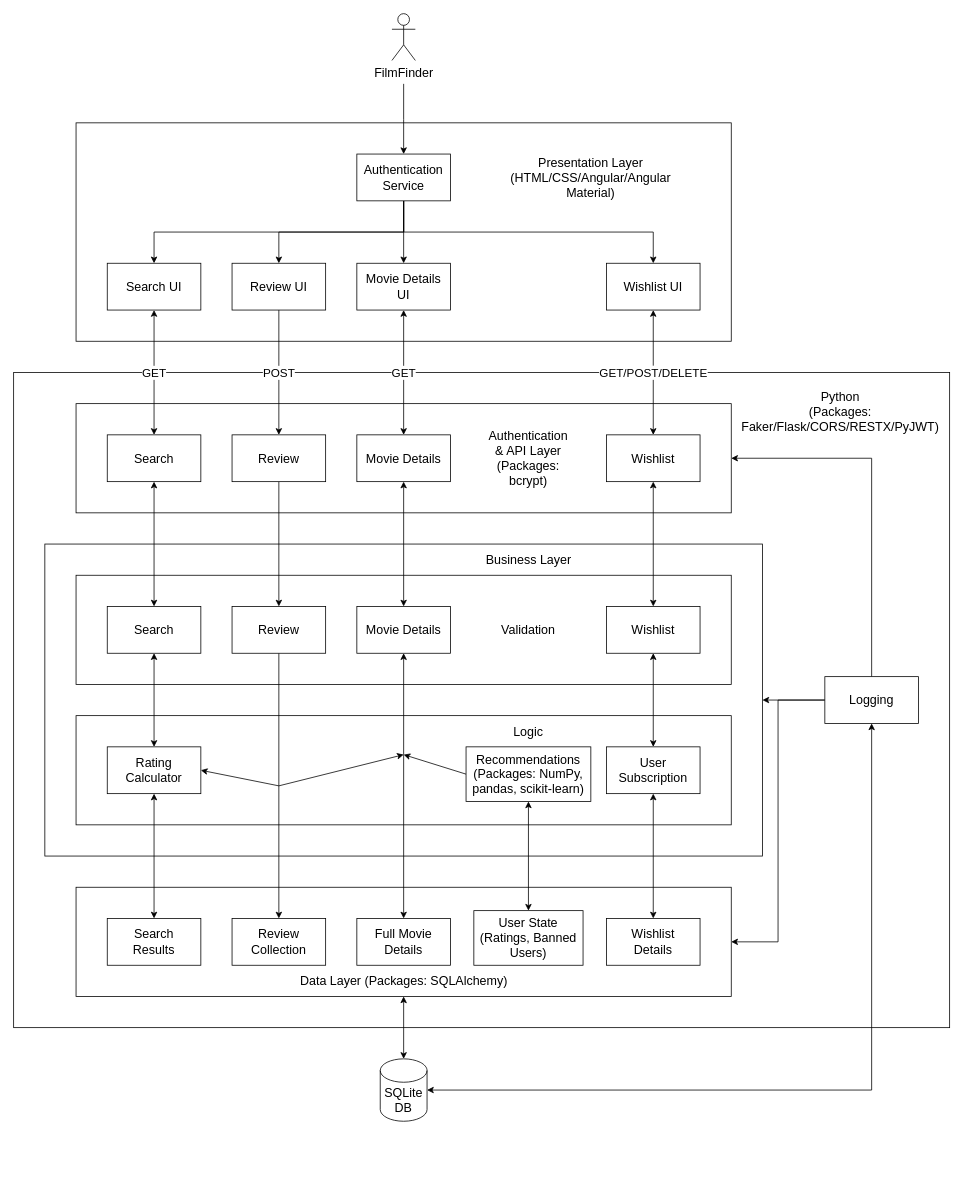
The draw.io diagram page "New" (3 of 3) of project diagrams/software_architecture.drawio in unsw-cse-capstone-project/capstone-project-comp9900-h16a-tahelka, before the edit. Source tidied: cells renumbered, new cells numbered last; positions are measured from the earlier drawing's top-left corner, leaving out a move shared by most shapes. Both pictures are drawn from the tidied source at 78%, with x=0, y=0 at pixel (13, 13).
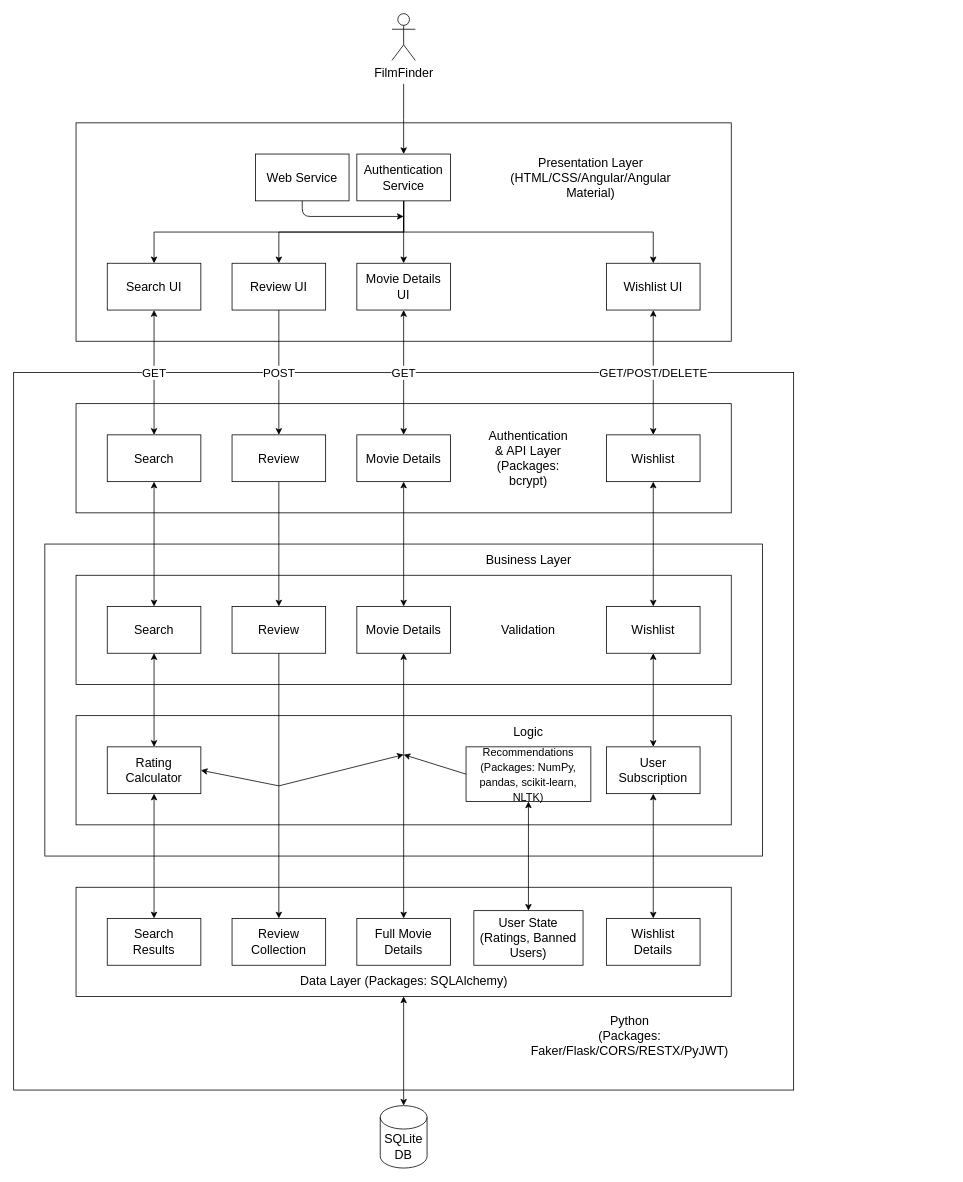
After the change.

The change refers to these unchanged cells:
```xml
<mxCell id="13" style="rounded=0;whiteSpace=wrap;html=1;" parent="1" vertex="1">
  <mxGeometry x="80" y="500" width="840" height="140" as="geometry" />
</mxCell>
<mxCell id="15" style="rounded=0;whiteSpace=wrap;html=1;" parent="1" vertex="1">
  <mxGeometry x="40" y="680" width="920" height="400" as="geometry" />
</mxCell>
<mxCell id="31" style="rounded=0;whiteSpace=wrap;html=1;" parent="1" vertex="1">
  <mxGeometry x="80" y="1120" width="840" height="140" as="geometry" />
</mxCell>
```

Change to the diagram source:
```diff
@@
     <mxCell id="12" style="rounded=0;whiteSpace=wrap;html=1;" parent="1" vertex="1">
-      <mxGeometry y="460" width="1200" height="840" as="geometry" />
+      <mxGeometry y="460" width="1000" height="920" as="geometry" />
     </mxCell>
@@
     <mxCell id="16" value="SQLite&lt;br style=&quot;font-size: 16px;&quot;&gt;DB" style="shape=cylinder3;whiteSpace=wrap;html=1;boundedLbl=1;backgroundOutline=1;size=15;fontSize=16;" parent="1" vertex="1">
-      <mxGeometry x="470" y="1340" width="60" height="80" as="geometry" />
+      <mxGeometry x="470" y="1400" width="60" height="80" as="geometry" />
     </mxCell>
@@
-    <mxCell id="28" value="Recommendations&lt;br style=&quot;font-size: 16px;&quot;&gt;(Packages: NumPy, pandas, scikit-learn)" style="rounded=0;whiteSpace=wrap;html=1;fontSize=16;" parent="1" vertex="1">
+    <mxCell id="28" value="&lt;font style=&quot;font-size: 14px&quot;&gt;Recommendations&lt;br&gt;(Packages: NumPy, pandas, scikit-learn, NLTK)&lt;/font&gt;" style="rounded=0;whiteSpace=wrap;html=1;fontSize=16;" parent="1" vertex="1">
       <mxGeometry x="580" y="940" width="160" height="70" as="geometry" />
     </mxCell>
@@
-    <mxCell id="30" style="edgeStyle=orthogonalEdgeStyle;rounded=0;jettySize=auto;html=1;entryX=0;entryY=0.5;entryDx=0;entryDy=0;startArrow=classic;startFill=1;endArrow=none;endFill=0;exitX=1;exitY=0.5;exitDx=0;exitDy=0;" parent="1" edge="1" source="31" target="40">
-      <mxGeometry relative="1" as="geometry" />
-    </mxCell>
@@
     <mxCell id="36" value="Python&lt;br style=&quot;font-size: 16px;&quot;&gt;(Packages: Faker/Flask/CORS/RESTX/PyJWT)" style="text;html=1;strokeColor=none;fillColor=none;align=center;verticalAlign=middle;whiteSpace=wrap;rounded=0;fontSize=16;" parent="1" vertex="1">
-      <mxGeometry x="1040" y="500" width="40" height="20" as="geometry" />
+      <mxGeometry x="770" y="1300" width="40" height="20" as="geometry" />
     </mxCell>
-    <mxCell id="37" style="edgeStyle=orthogonalEdgeStyle;rounded=0;jettySize=auto;html=1;startArrow=classic;startFill=1;endArrow=classic;endFill=1;entryX=1;entryY=0.5;entryDx=0;entryDy=0;entryPerimeter=0;exitX=0.5;exitY=1;exitDx=0;exitDy=0;" parent="1" edge="1" source="40" target="16">
-      <mxGeometry relative="1" as="geometry" />
-    </mxCell>
-    <mxCell id="38" style="edgeStyle=orthogonalEdgeStyle;rounded=0;jettySize=auto;html=1;startArrow=none;startFill=0;endArrow=classic;endFill=1;entryX=1;entryY=0.5;entryDx=0;entryDy=0;" parent="1" edge="1" source="40" target="15">
-      <mxGeometry relative="1" as="geometry" />
-    </mxCell>
-    <mxCell id="39" style="edgeStyle=orthogonalEdgeStyle;rounded=0;jettySize=auto;html=1;startArrow=none;startFill=0;endArrow=classic;endFill=1;entryX=1;entryY=0.5;entryDx=0;entryDy=0;exitX=0.5;exitY=0;exitDx=0;exitDy=0;" parent="1" edge="1" source="40" target="13">
-      <mxGeometry relative="1" as="geometry" />
-    </mxCell>
-    <mxCell id="40" value="Logging" style="rounded=0;whiteSpace=wrap;html=1;fontSize=16;" parent="1" vertex="1">
-      <mxGeometry x="1040" y="850" width="120" height="60" as="geometry" />
-    </mxCell>
@@
+    <mxCell id="68" value="Web Service" style="rounded=0;whiteSpace=wrap;html=1;fontSize=16;" parent="1" vertex="1">
+      <mxGeometry x="310" y="180" width="120" height="60" as="geometry" />
+    </mxCell>
+    <mxCell id="69" style="endArrow=classic;html=1;exitX=0.5;exitY=1;exitDx=0;exitDy=0;" parent="1" edge="1" source="68">
+      <mxGeometry relative="1" as="geometry">
+        <mxPoint x="500" y="260" as="targetPoint" />
+        <Array as="points">
+          <mxPoint x="370" y="260" />
+        </Array>
+      </mxGeometry>
+    </mxCell>
```
